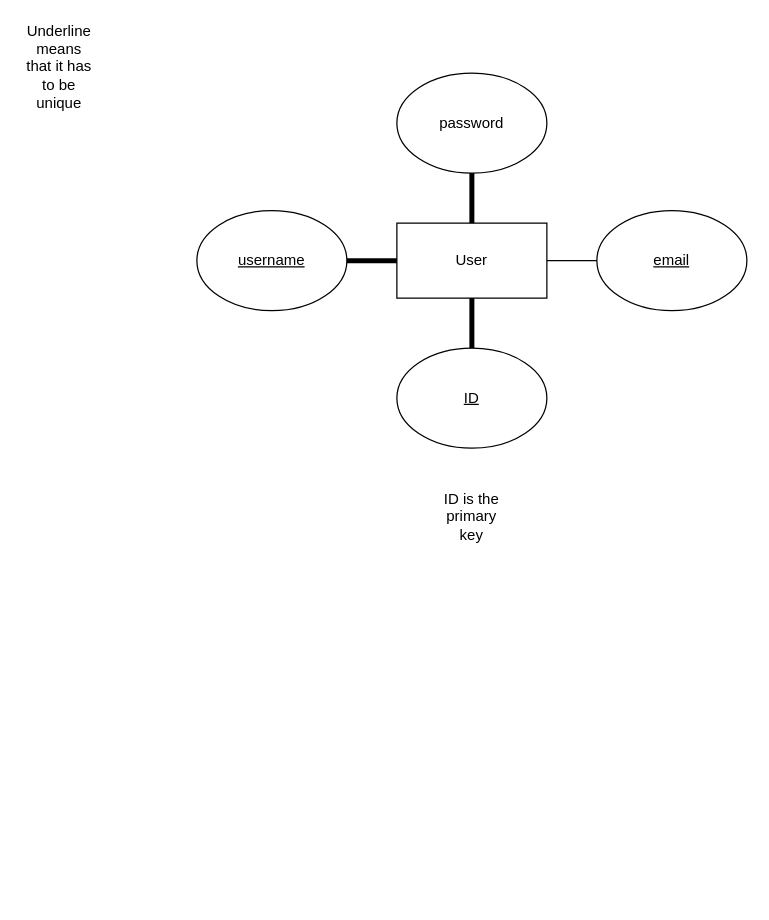
This is week1/more_practice.drawio from MackInSpace/2-SQL, a draw.io file, before an edit. Source tidied: cells renumbered, new cells numbered last; positions are measured from the earlier drawing's top-left corner, leaving out a move shared by most shapes. Both pictures are drawn from the tidied source at 125%, with x=0, y=0 at pixel (21, 48).
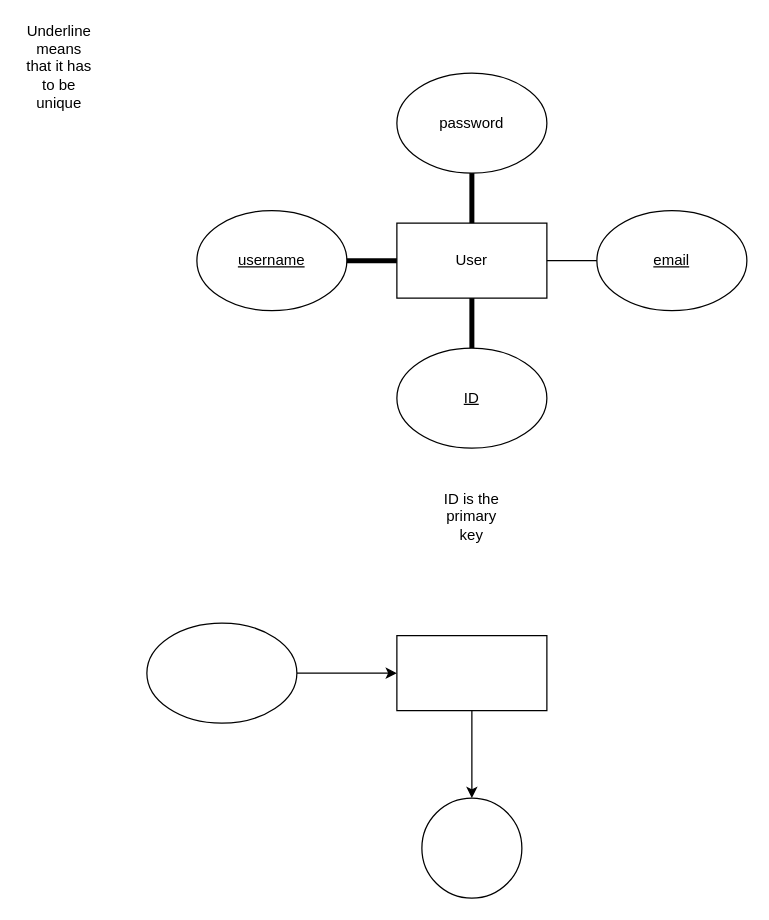
Above is the later version.

Diff of the diagram source:
```diff
@@
 <mxGraphModel>
   <root>
     <mxCell id="0" />
     <mxCell id="1" parent="0" />
     <mxCell id="2" value="User" style="rounded=0;whiteSpace=wrap;html=1;" parent="1" vertex="1">
       <mxGeometry x="300" y="140" width="120" height="60" as="geometry" />
     </mxCell>
     <mxCell id="3" value="&lt;u&gt;username&lt;/u&gt;" style="ellipse;whiteSpace=wrap;html=1;" parent="1" vertex="1">
       <mxGeometry x="140" y="130" width="120" height="80" as="geometry" />
     </mxCell>
     <mxCell id="4" value="password" style="ellipse;whiteSpace=wrap;html=1;" parent="1" vertex="1">
       <mxGeometry x="300" y="20" width="120" height="80" as="geometry" />
     </mxCell>
     <mxCell id="5" value="&lt;u&gt;email&lt;/u&gt;" style="ellipse;whiteSpace=wrap;html=1;" parent="1" vertex="1">
       <mxGeometry x="460" y="130" width="120" height="80" as="geometry" />
     </mxCell>
     <mxCell id="6" style="endArrow=none;html=1;exitX=0.5;exitY=0;exitDx=0;exitDy=0;entryX=0.5;entryY=1;entryDx=0;entryDy=0;strokeWidth=4;" parent="1" edge="1" source="2" target="4">
       <mxGeometry relative="1" as="geometry" />
     </mxCell>
     <mxCell id="7" style="endArrow=none;html=1;exitX=1;exitY=0.5;exitDx=0;exitDy=0;entryX=0;entryY=0.5;entryDx=0;entryDy=0;strokeWidth=4;" parent="1" edge="1" source="3" target="2">
       <mxGeometry relative="1" as="geometry" />
     </mxCell>
     <mxCell id="8" style="endArrow=none;html=1;entryX=0;entryY=0.5;entryDx=0;entryDy=0;exitX=1;exitY=0.5;exitDx=0;exitDy=0;" parent="1" edge="1" source="2" target="5">
       <mxGeometry relative="1" as="geometry" />
     </mxCell>
     <mxCell id="9" value="Underline means that it has to be unique" style="text;html=1;align=center;verticalAlign=middle;whiteSpace=wrap;rounded=0;" parent="1" vertex="1">
       <mxGeometry width="60" height="30" as="geometry" />
     </mxCell>
     <mxCell id="10" value="&lt;u&gt;ID&lt;/u&gt;" style="ellipse;whiteSpace=wrap;html=1;" parent="1" vertex="1">
       <mxGeometry x="300" y="240" width="120" height="80" as="geometry" />
     </mxCell>
     <mxCell id="11" style="endArrow=none;html=1;exitX=0.5;exitY=0;exitDx=0;exitDy=0;entryX=0.5;entryY=1;entryDx=0;entryDy=0;strokeWidth=4;" parent="1" edge="1" source="10" target="2">
       <mxGeometry relative="1" as="geometry" />
     </mxCell>
     <mxCell id="12" value="ID is the primary key" style="text;html=1;align=center;verticalAlign=middle;whiteSpace=wrap;rounded=0;" parent="1" vertex="1">
       <mxGeometry x="330" y="360" width="60" height="30" as="geometry" />
     </mxCell>
+    <mxCell id="13" style="edgeStyle=none;html=1;" parent="1" edge="1" source="14" target="16">
+      <mxGeometry relative="1" as="geometry" />
+    </mxCell>
+    <mxCell id="14" style="ellipse;whiteSpace=wrap;html=1;" parent="1" vertex="1">
+      <mxGeometry x="100" y="460" width="120" height="80" as="geometry" />
+    </mxCell>
+    <mxCell id="15" style="edgeStyle=none;html=1;" parent="1" edge="1" source="16" target="17">
+      <mxGeometry relative="1" as="geometry" />
+    </mxCell>
+    <mxCell id="16" style="whiteSpace=wrap;html=1;" parent="1" vertex="1">
+      <mxGeometry x="300" y="470" width="120" height="60" as="geometry" />
+    </mxCell>
+    <mxCell id="17" style="ellipse;whiteSpace=wrap;html=1;" parent="1" vertex="1">
+      <mxGeometry x="320" y="600" width="80" height="80" as="geometry" />
+    </mxCell>
   </root>
 </mxGraphModel>
```
